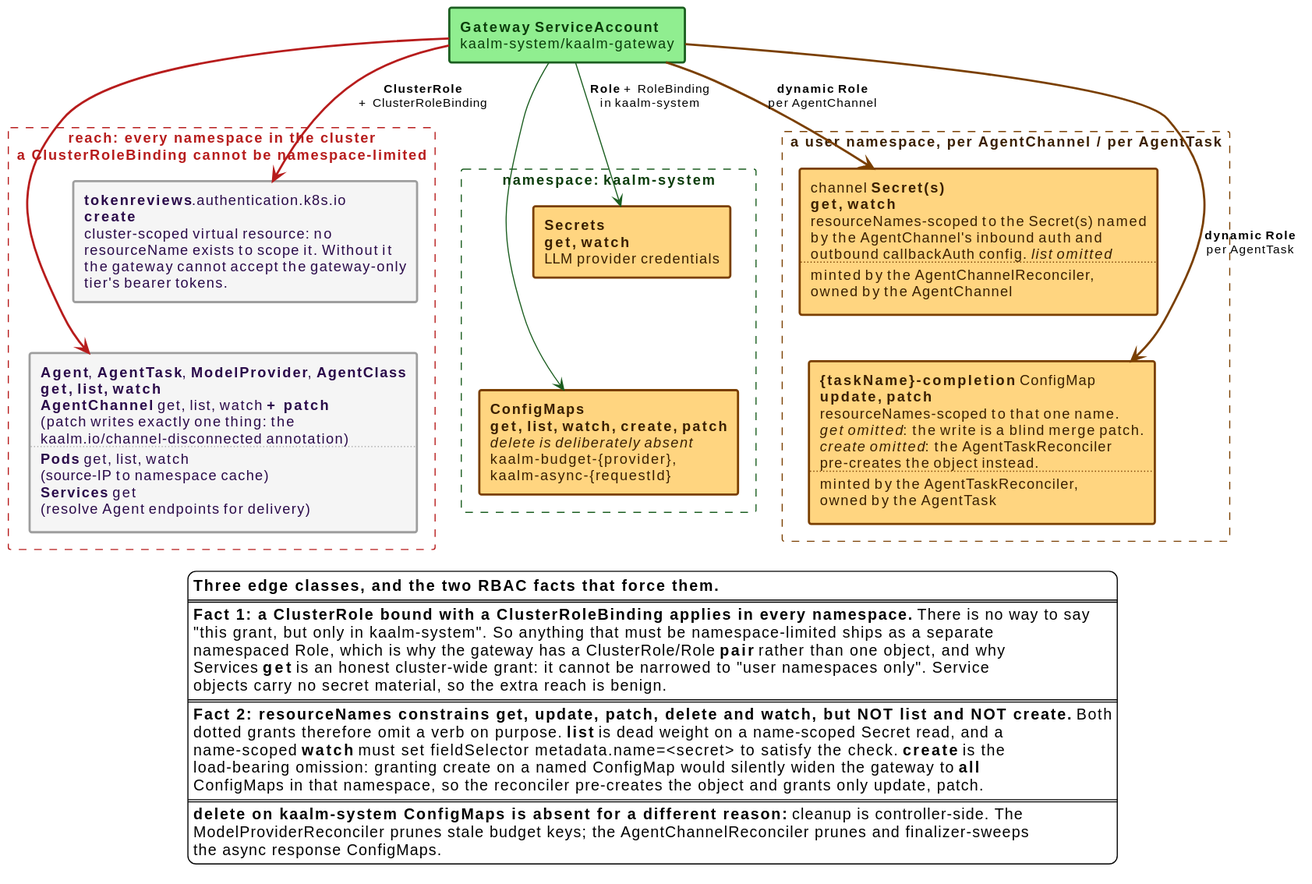
Above: docs/src/diagrams/gateway-rbac-reach.svg in win07xp/kaalm (PlantUML), before the change.
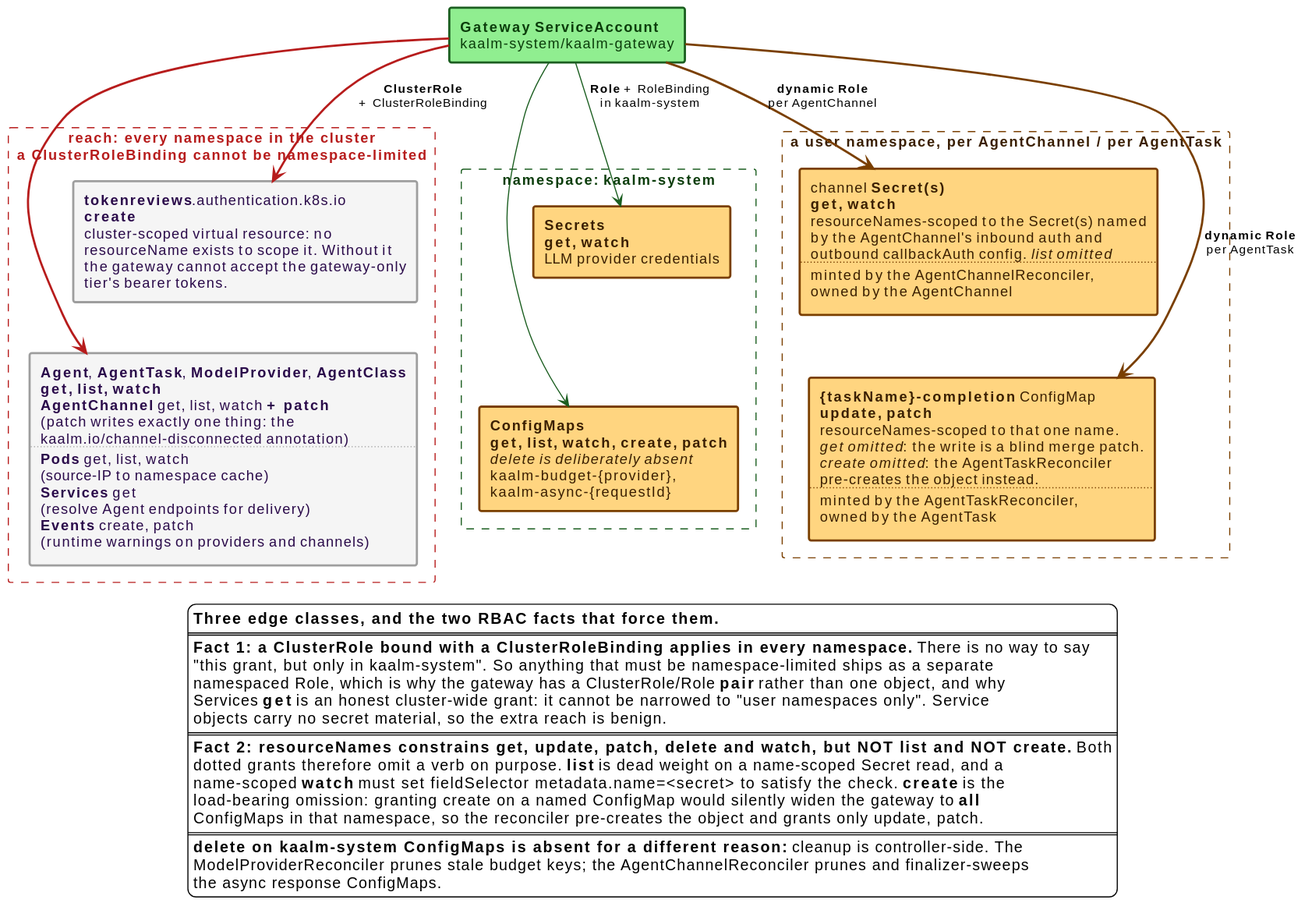
After the commit.

Commit message:
chart: the gateway may create events (#129)

The edit, as a diff of the source:
```diff
@@ -12,7 +12,7 @@
 
 rectangle "**reach: every namespace in the cluster**\na ClusterRoleBinding cannot be namespace-limited" as band #line:B71C1C;line.dashed;text:B71C1C {
   rectangle "**tokenreviews**.authentication.k8s.io\n**create**\ncluster-scoped virtual resource: no\nresourceName exists to scope it. Without it\nthe gateway cannot accept the gateway-only\ntier's bearer tokens." as tr #back:F5F5F5;line:9E9E9E;line.bold;text:2a0a4a
-  rectangle "**Agent**, **AgentTask**, **ModelProvider**, **AgentClass**\n**get, list, watch**\n**AgentChannel** get, list, watch **+ patch**\n(patch writes exactly one thing: the\nkaalm.io/channel-disconnected annotation)\n....\n**Pods** get, list, watch\n(source-IP to namespace cache)\n**Services** get\n(resolve Agent endpoints for delivery)" as crds #back:F5F5F5;line:9E9E9E;line.bold;text:2a0a4a
+  rectangle "**Agent**, **AgentTask**, **ModelProvider**, **AgentClass**\n**get, list, watch**\n**AgentChannel** get, list, watch **+ patch**\n(patch writes exactly one thing: the\nkaalm.io/channel-disconnected annotation)\n....\n**Pods** get, list, watch\n(source-IP to namespace cache)\n**Services** get\n(resolve Agent endpoints for delivery)\n**Events** create, patch\n(runtime warnings on providers and channels)" as crds #back:F5F5F5;line:9E9E9E;line.bold;text:2a0a4a
 }
 
 rectangle "namespace: **kaalm-system**" as nssys #line:1B5E20;line.dashed;text:0b3d0b {
```
